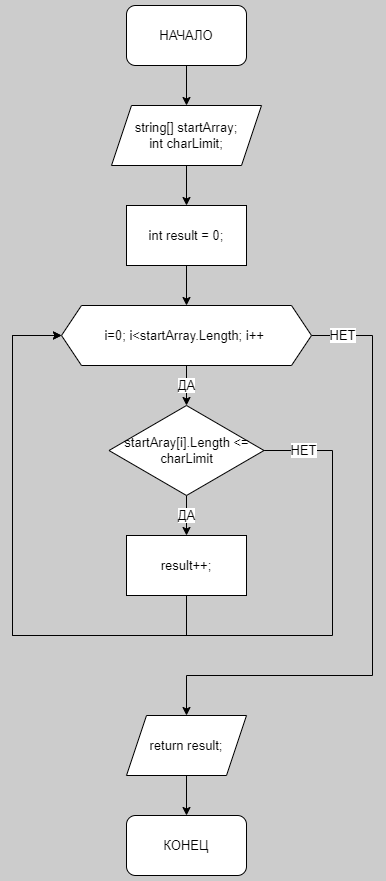
Above: Images/getSizeNewArray.drawio.png in jokerjam-s/GB_ControlWork_001 (draw.io), before the change. Source tidied: cells renumbered, new cells last; positions are measured from the earlier drawing's top-left corner, leaving out a move shared by most shapes.
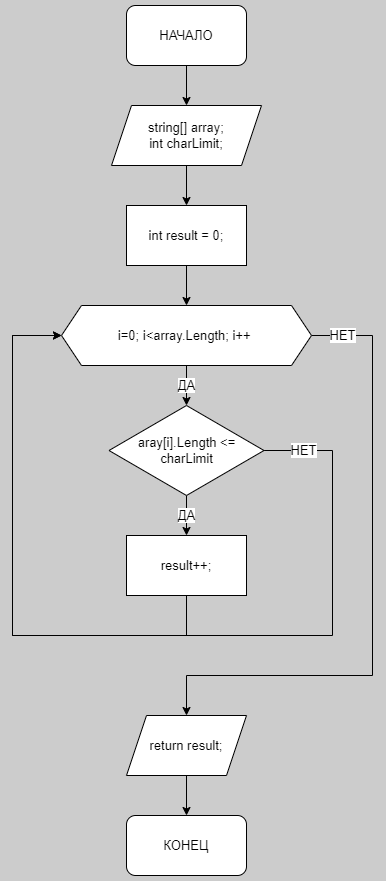
Above is the later version.

Change to the diagram source:
```diff
@@ -11,7 +11,7 @@
     <mxCell id="4" style="edgeStyle=orthogonalEdgeStyle;rounded=0;jettySize=auto;html=1;exitX=0.5;exitY=1;exitDx=0;exitDy=0;entryX=0.5;entryY=0;entryDx=0;entryDy=0;fontSize=13;endArrow=classic;endFill=1;startSize=6;endSize=6;" parent="1" edge="1" source="5" target="7">
       <mxGeometry relative="1" as="geometry" />
     </mxCell>
-    <mxCell id="5" value="string[] startArray;&lt;br&gt;int charLimit;" style="shape=parallelogram;perimeter=parallelogramPerimeter;whiteSpace=wrap;html=1;fixedSize=1;rounded=0;fontSize=13;" parent="1" vertex="1">
+    <mxCell id="5" value="string[] array;&lt;br&gt;int charLimit;" style="shape=parallelogram;perimeter=parallelogramPerimeter;whiteSpace=wrap;html=1;fixedSize=1;rounded=0;fontSize=13;" parent="1" vertex="1">
       <mxGeometry x="99" y="100" width="150" height="60" as="geometry" />
     </mxCell>
     <mxCell id="6" style="edgeStyle=orthogonalEdgeStyle;rounded=0;jettySize=auto;html=1;exitX=0.5;exitY=1;exitDx=0;exitDy=0;entryX=0.5;entryY=0;entryDx=0;entryDy=0;fontSize=13;endArrow=classic;endFill=1;startSize=6;endSize=6;" parent="1" edge="1" source="7" target="10">
@@ -32,7 +32,7 @@
         </Array>
       </mxGeometry>
     </mxCell>
-    <mxCell id="10" value="i=0; i&amp;lt;startArray.Length; i++&amp;nbsp;" style="shape=hexagon;perimeter=hexagonPerimeter2;whiteSpace=wrap;html=1;fixedSize=1;rounded=0;fontSize=13;" parent="1" vertex="1">
+    <mxCell id="10" value="i=0; i&amp;lt;array.Length; i++&amp;nbsp;" style="shape=hexagon;perimeter=hexagonPerimeter2;whiteSpace=wrap;html=1;fixedSize=1;rounded=0;fontSize=13;" parent="1" vertex="1">
       <mxGeometry x="49" y="300" width="250" height="60" as="geometry" />
     </mxCell>
     <mxCell id="11" value="ДА" style="edgeStyle=orthogonalEdgeStyle;rounded=0;jettySize=auto;html=1;exitX=0.5;exitY=1;exitDx=0;exitDy=0;entryX=0.5;entryY=0;entryDx=0;entryDy=0;fontSize=13;endArrow=classic;endFill=1;startSize=6;endSize=6;" parent="1" edge="1" source="13" target="15">
@@ -48,7 +48,7 @@
         </Array>
       </mxGeometry>
     </mxCell>
-    <mxCell id="13" value="startAray[i].Length &amp;lt;= charLimit" style="rhombus;whiteSpace=wrap;html=1;rounded=0;fontSize=13;" parent="1" vertex="1">
+    <mxCell id="13" value="aray[i].Length &amp;lt;= charLimit" style="rhombus;whiteSpace=wrap;html=1;rounded=0;fontSize=13;" parent="1" vertex="1">
       <mxGeometry x="96.5" y="400" width="155" height="90" as="geometry" />
     </mxCell>
     <mxCell id="14" style="edgeStyle=orthogonalEdgeStyle;rounded=0;jettySize=auto;html=1;exitX=0.5;exitY=1;exitDx=0;exitDy=0;entryX=0;entryY=0.5;entryDx=0;entryDy=0;fontSize=13;endArrow=classic;endFill=1;startSize=6;endSize=6;" parent="1" edge="1" source="15" target="10">
```
